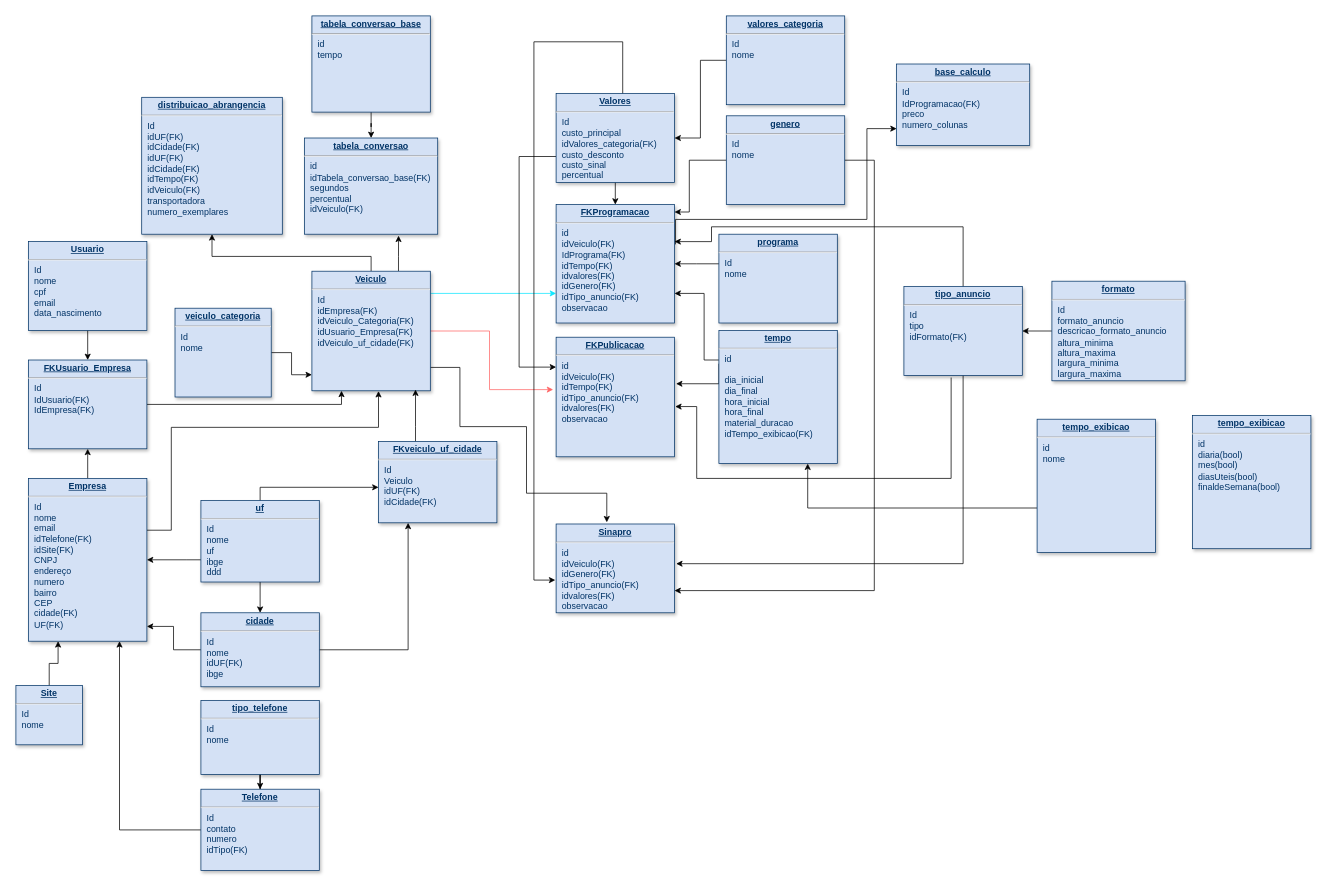
Earlier version of the draw.io diagram Diagrama atualizado.drawio (diogo-guimaraes/teste_git). Source tidied: cells renumbered, new cells numbered last; positions are measured from the earlier drawing's top-left corner, leaving out a move shared by most shapes. Both pictures are drawn from the tidied source at 74%, with x=0, y=0 at pixel (16, 16).
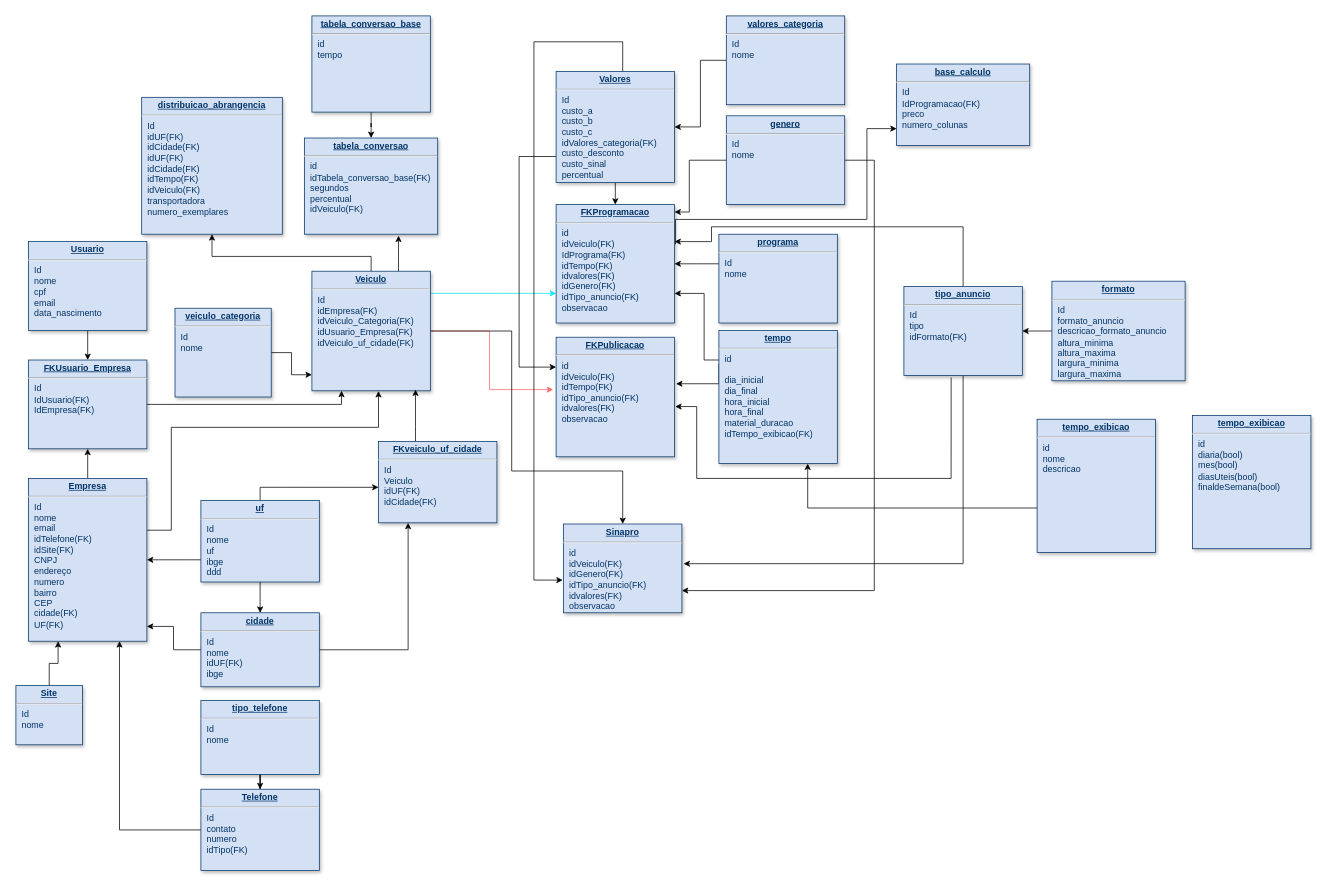
Above is the later version.

The change refers to these unchanged cells:
```xml
<mxCell id="13" value="&lt;p style=&quot;margin: 0px ; margin-top: 4px ; text-align: center ; text-decoration: underline&quot;&gt;&lt;b&gt;Veiculo&lt;/b&gt;&lt;/p&gt;&lt;hr&gt;&lt;p style=&quot;margin: 0px ; margin-left: 8px&quot;&gt;Id&lt;/p&gt;&lt;p style=&quot;margin: 0px ; margin-left: 8px&quot;&gt;idEmpresa(FK)&lt;/p&gt;&lt;p style=&quot;margin: 0px ; margin-left: 8px&quot;&gt;idVeiculo_Categoria(FK)&lt;/p&gt;&lt;p style=&quot;margin: 0px ; margin-left: 8px&quot;&gt;idUsuario_Empresa(FK)&lt;/p&gt;&lt;p style=&quot;margin: 0px 0px 0px 8px&quot;&gt;idVeiculo_uf_cidade(FK)&lt;/p&gt;&lt;div&gt;&lt;br&gt;&lt;/div&gt;&lt;p style=&quot;margin: 0px ; margin-left: 8px&quot;&gt;&lt;br&gt;&lt;/p&gt;" style="verticalAlign=top;align=left;overflow=fill;fontSize=12;fontFamily=Helvetica;html=1;strokeColor=#003366;shadow=1;fillColor=#D4E1F5;fontColor=#003366;" parent="1" vertex="1">
  <mxGeometry x="400" y="345" width="160" height="161.6" as="geometry" />
</mxCell>
<mxCell id="60" value="&lt;p style=&quot;margin: 0px ; margin-top: 4px ; text-align: center ; text-decoration: underline&quot;&gt;&lt;b&gt;distribuicao_abrangencia&lt;/b&gt;&lt;/p&gt;&lt;hr&gt;&lt;p style=&quot;margin: 0px 0px 0px 8px&quot;&gt;Id&lt;/p&gt;&lt;p style=&quot;margin: 0px 0px 0px 8px&quot;&gt;idUF(FK)&lt;/p&gt;&lt;p style=&quot;margin: 0px 0px 0px 8px&quot;&gt;idCidade(FK)&lt;/p&gt;&lt;p style=&quot;margin: 0px 0px 0px 8px&quot;&gt;idUF(FK)&lt;/p&gt;&lt;p style=&quot;margin: 0px 0px 0px 8px&quot;&gt;idCidade(FK)&lt;/p&gt;&lt;p style=&quot;margin: 0px 0px 0px 8px&quot;&gt;&lt;span&gt;idTempo(FK)&lt;/span&gt;&lt;br&gt;&lt;/p&gt;&lt;p style=&quot;margin: 0px 0px 0px 8px&quot;&gt;idVeiculo(FK)&lt;/p&gt;&lt;p style=&quot;margin: 0px 0px 0px 8px&quot;&gt;transportadora&lt;/p&gt;&lt;p style=&quot;margin: 0px 0px 0px 8px&quot;&gt;numero_exemplares&lt;/p&gt;&lt;p style=&quot;margin: 0px 0px 0px 8px&quot;&gt;&lt;br&gt;&lt;/p&gt;" style="verticalAlign=top;align=left;overflow=fill;fontSize=12;fontFamily=Helvetica;html=1;strokeColor=#003366;shadow=1;fillColor=#D4E1F5;fontColor=#003366;" parent="1" vertex="1">
  <mxGeometry x="170" y="110" width="190" height="185" as="geometry" />
</mxCell>
```

Diff of the diagram source:
```diff
@@
+    <mxCell id="12" style="edgeStyle=orthogonalEdgeStyle;rounded=0;jettySize=auto;html=1;strokeColor=#000000;entryX=0.5;entryY=1;entryDx=0;entryDy=0;" parent="1" edge="1" source="13" target="60">
+      <mxGeometry relative="1" as="geometry">
+        <Array as="points">
+          <mxPoint x="480" y="325" />
+          <mxPoint x="265" y="325" />
+        </Array>
+      </mxGeometry>
+    </mxCell>
-    <mxCell id="11" style="edgeStyle=orthogonalEdgeStyle;rounded=0;jettySize=auto;html=1;strokeColor=#000000;entryX=0.428;entryY=-0.019;entryDx=0;entryDy=0;entryPerimeter=0;" parent="1" edge="1" source="13" target="58">
+    <mxCell id="11" style="edgeStyle=orthogonalEdgeStyle;rounded=0;jettySize=auto;html=1;" parent="1" edge="1" source="13" target="58">
       <mxGeometry relative="1" as="geometry">
         <Array as="points">
-          <mxPoint x="600" y="475" />
-          <mxPoint x="600" y="555" />
-          <mxPoint x="690" y="555" />
-          <mxPoint x="690" y="645" />
-          <mxPoint x="799" y="645" />
+          <mxPoint x="670" y="426" />
+          <mxPoint x="670" y="615" />
+          <mxPoint x="820" y="615" />
         </Array>
       </mxGeometry>
     </mxCell>
-    <mxCell id="12" style="edgeStyle=orthogonalEdgeStyle;rounded=0;jettySize=auto;html=1;strokeColor=#000000;entryX=0.5;entryY=1;entryDx=0;entryDy=0;" parent="1" edge="1" source="13" target="60">
-      <mxGeometry relative="1" as="geometry">
-        <Array as="points">
-          <mxPoint x="480" y="325" />
-          <mxPoint x="265" y="325" />
-        </Array>
-      </mxGeometry>
-    </mxCell>
@@
-    <mxCell id="52" value="&lt;p style=&quot;margin: 0px ; margin-top: 4px ; text-align: center ; text-decoration: underline&quot;&gt;&lt;b&gt;Valores&lt;/b&gt;&lt;/p&gt;&lt;hr&gt;&lt;p style=&quot;margin: 0px ; margin-left: 8px&quot;&gt;Id&lt;/p&gt;&lt;p style=&quot;margin: 0px ; margin-left: 8px&quot;&gt;&lt;span&gt;custo_principal&lt;/span&gt;&lt;br&gt;&lt;/p&gt;&lt;p style=&quot;margin: 0px ; margin-left: 8px&quot;&gt;&lt;span&gt;idValores_categoria(FK)&lt;/span&gt;&lt;/p&gt;&lt;p style=&quot;margin: 0px ; margin-left: 8px&quot;&gt;&lt;span style=&quot;text-align: center&quot;&gt;custo_desconto&lt;/span&gt;&lt;/p&gt;&lt;p style=&quot;margin: 0px ; margin-left: 8px&quot;&gt;custo_sinal&lt;/p&gt;&lt;p style=&quot;margin: 0px ; margin-left: 8px&quot;&gt;&lt;span style=&quot;text-align: center&quot;&gt;percentual&lt;/span&gt;&lt;br&gt;&lt;/p&gt;&lt;p style=&quot;margin: 0px ; margin-left: 8px&quot;&gt;&lt;br&gt;&lt;/p&gt;" style="verticalAlign=top;align=left;overflow=fill;fontSize=12;fontFamily=Helvetica;html=1;strokeColor=#003366;shadow=1;fillColor=#D4E1F5;fontColor=#003366;" parent="1" vertex="1">
-      <mxGeometry x="730" y="105" width="160" height="120" as="geometry" />
+    <mxCell id="52" value="&lt;p style=&quot;margin: 0px ; margin-top: 4px ; text-align: center ; text-decoration: underline&quot;&gt;&lt;b&gt;Valores&lt;/b&gt;&lt;/p&gt;&lt;hr&gt;&lt;p style=&quot;margin: 0px ; margin-left: 8px&quot;&gt;Id&lt;/p&gt;&lt;p style=&quot;margin: 0px ; margin-left: 8px&quot;&gt;&lt;span&gt;custo_a&lt;/span&gt;&lt;br&gt;&lt;/p&gt;&lt;p style=&quot;margin: 0px ; margin-left: 8px&quot;&gt;custo_b&lt;span&gt;&lt;br&gt;&lt;/span&gt;&lt;/p&gt;&lt;p style=&quot;margin: 0px ; margin-left: 8px&quot;&gt;custo_c&lt;br&gt;&lt;/p&gt;&lt;p style=&quot;margin: 0px ; margin-left: 8px&quot;&gt;&lt;span&gt;idValores_categoria(FK)&lt;/span&gt;&lt;/p&gt;&lt;p style=&quot;margin: 0px ; margin-left: 8px&quot;&gt;&lt;span style=&quot;text-align: center&quot;&gt;custo_desconto&lt;/span&gt;&lt;/p&gt;&lt;p style=&quot;margin: 0px ; margin-left: 8px&quot;&gt;custo_sinal&lt;/p&gt;&lt;p style=&quot;margin: 0px ; margin-left: 8px&quot;&gt;&lt;span style=&quot;text-align: center&quot;&gt;percentual&lt;/span&gt;&lt;br&gt;&lt;/p&gt;&lt;p style=&quot;margin: 0px ; margin-left: 8px&quot;&gt;&lt;br&gt;&lt;/p&gt;" style="verticalAlign=top;align=left;overflow=fill;fontSize=12;fontFamily=Helvetica;html=1;strokeColor=#003366;shadow=1;fillColor=#D4E1F5;fontColor=#003366;" parent="1" vertex="1">
+      <mxGeometry x="730" y="75" width="160" height="150" as="geometry" />
     </mxCell>
@@
     <mxCell id="58" value="&lt;p style=&quot;margin: 0px ; margin-top: 4px ; text-align: center ; text-decoration: underline&quot;&gt;&lt;b&gt;Sinapro&lt;/b&gt;&lt;/p&gt;&lt;hr&gt;&lt;p style=&quot;margin: 0px 0px 0px 8px&quot;&gt;id&lt;/p&gt;&lt;p style=&quot;margin: 0px 0px 0px 8px&quot;&gt;idVeiculo(FK)&lt;br&gt;&lt;/p&gt;&lt;p style=&quot;margin: 0px 0px 0px 8px&quot;&gt;idGenero(FK)&lt;/p&gt;&lt;p style=&quot;margin: 0px 0px 0px 8px&quot;&gt;&lt;span&gt;idTipo_anuncio(FK)&lt;/span&gt;&lt;br&gt;&lt;/p&gt;&lt;p style=&quot;margin: 0px 0px 0px 8px&quot;&gt;idvalores(FK)&lt;/p&gt;&lt;p style=&quot;margin: 0px 0px 0px 8px&quot;&gt;observacao&lt;/p&gt;&lt;p style=&quot;margin: 0px 0px 0px 8px&quot;&gt;&lt;br&gt;&lt;/p&gt;" style="verticalAlign=top;align=left;overflow=fill;fontSize=12;fontFamily=Helvetica;html=1;strokeColor=#003366;shadow=1;fillColor=#D4E1F5;fontColor=#003366;" parent="1" vertex="1">
-      <mxGeometry x="730" y="686.6" width="160" height="120" as="geometry" />
+      <mxGeometry x="740" y="686.6" width="160" height="120" as="geometry" />
     </mxCell>
@@
-    <mxCell id="62" value="&lt;p style=&quot;margin: 0px ; margin-top: 4px ; text-align: center ; text-decoration: underline&quot;&gt;&lt;b&gt;tempo_exibicao&lt;/b&gt;&lt;/p&gt;&lt;hr&gt;&lt;p style=&quot;margin: 0px ; margin-left: 8px&quot;&gt;id&lt;/p&gt;&lt;p style=&quot;margin: 0px ; margin-left: 8px&quot;&gt;nome&lt;/p&gt;" style="verticalAlign=top;align=left;overflow=fill;fontSize=12;fontFamily=Helvetica;html=1;strokeColor=#003366;shadow=1;fillColor=#D4E1F5;fontColor=#003366;" parent="1" vertex="1">
+    <mxCell id="62" value="&lt;p style=&quot;margin: 0px ; margin-top: 4px ; text-align: center ; text-decoration: underline&quot;&gt;&lt;b&gt;tempo_exibicao&lt;/b&gt;&lt;/p&gt;&lt;hr&gt;&lt;p style=&quot;margin: 0px ; margin-left: 8px&quot;&gt;id&lt;/p&gt;&lt;p style=&quot;margin: 0px ; margin-left: 8px&quot;&gt;nome&lt;/p&gt;&lt;p style=&quot;margin: 0px ; margin-left: 8px&quot;&gt;descricao&lt;/p&gt;" style="verticalAlign=top;align=left;overflow=fill;fontSize=12;fontFamily=Helvetica;html=1;strokeColor=#003366;shadow=1;fillColor=#D4E1F5;fontColor=#003366;" parent="1" vertex="1">
       <mxGeometry x="1380" y="545" width="160" height="180" as="geometry" />
     </mxCell>
```
